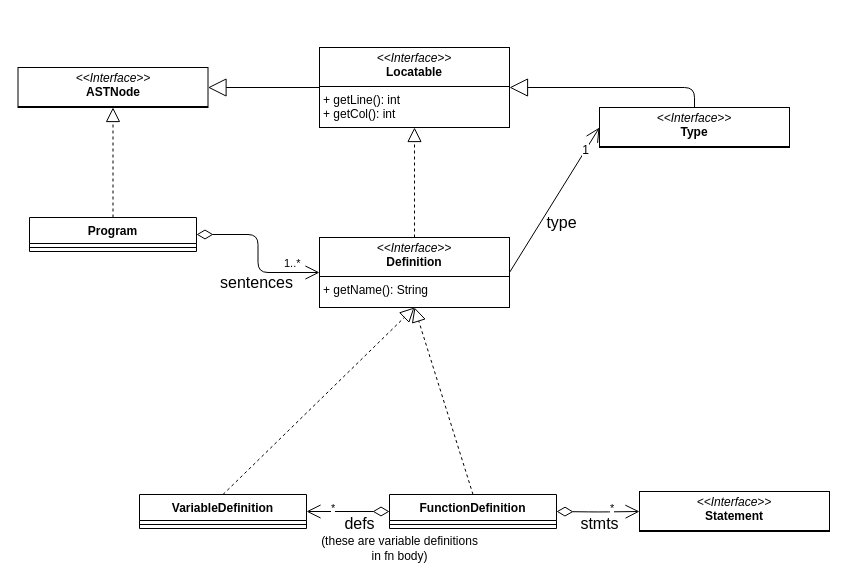
This is diagrams/program.drawio from Diegomcha/dlp-compiler, a draw.io file, before an edit. Source tidied: cells renumbered, new cells numbered last; positions are measured from the earlier drawing's top-left corner, leaving out a move shared by most shapes. Both pictures are drawn from the tidied source at 100%, with x=0, y=0 at pixel (17, 47).
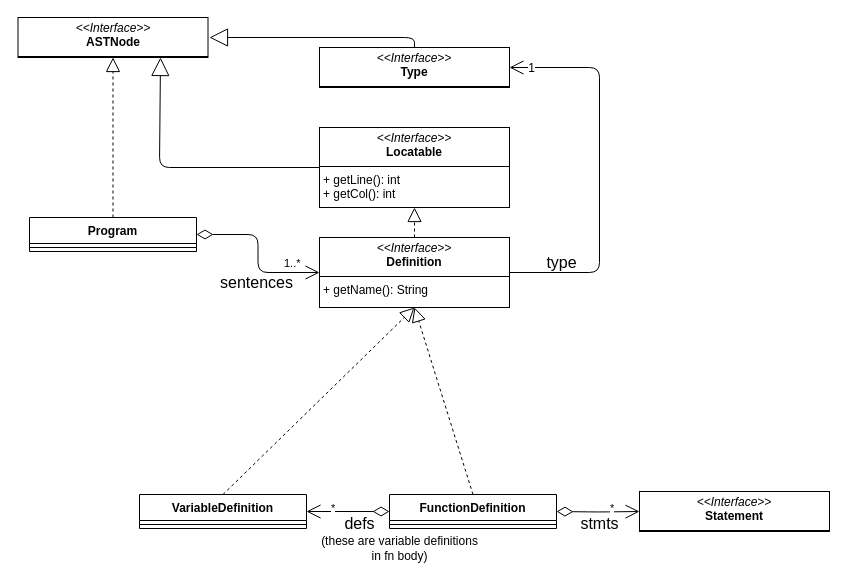
The same page after the edit.

Commit message:
fix(diagrams): fixed error with type in program

The change refers to these unchanged cells:
```xml
<mxCell id="2" value="&lt;p style=&quot;margin:0px;margin-top:4px;text-align:center;&quot;&gt;&lt;i&gt;&amp;lt;&amp;lt;Interface&amp;gt;&amp;gt;&lt;/i&gt;&lt;br&gt;&lt;b&gt;Definition&lt;/b&gt;&lt;/p&gt;&lt;hr size=&quot;1&quot; style=&quot;border-style:solid;&quot;&gt;&lt;p style=&quot;margin:0px;margin-left:4px;&quot;&gt;+ getName(): String&lt;/p&gt;" style="verticalAlign=top;align=left;overflow=fill;html=1;whiteSpace=wrap;" parent="1" vertex="1">
  <mxGeometry x="302" y="190" width="190" height="70" as="geometry" />
</mxCell>
```

What changed in the source:
```diff
@@
     <mxCell id="12" value="&lt;p style=&quot;margin:0px;margin-top:4px;text-align:center;&quot;&gt;&lt;i&gt;&amp;lt;&amp;lt;Interface&amp;gt;&amp;gt;&lt;/i&gt;&lt;br&gt;&lt;b&gt;ASTNode&lt;/b&gt;&lt;/p&gt;&lt;hr size=&quot;1&quot; style=&quot;border-style:solid;&quot;&gt;&lt;p style=&quot;margin:0px;margin-left:4px;&quot;&gt;&lt;br&gt;&lt;/p&gt;" style="verticalAlign=top;align=left;overflow=fill;html=1;whiteSpace=wrap;" parent="1" vertex="1">
-      <mxGeometry x="0.5" y="20" width="190" height="40" as="geometry" />
+      <mxGeometry x="0.5" y="-30" width="190" height="40" as="geometry" />
     </mxCell>
-    <mxCell id="13" style="endArrow=block;endSize=16;endFill=0;html=1;entryX=1;entryY=0.5;entryDx=0;entryDy=0;exitX=0;exitY=0.5;exitDx=0;exitDy=0;" parent="1" edge="1" source="14" target="12">
-      <mxGeometry relative="1" as="geometry" />
+    <mxCell id="13" style="endArrow=block;endSize=16;endFill=0;html=1;entryX=0.75;entryY=1;entryDx=0;entryDy=0;exitX=0;exitY=0.5;exitDx=0;exitDy=0;" parent="1" edge="1" source="14" target="12">
+      <mxGeometry relative="1" as="geometry">
+        <Array as="points">
+          <mxPoint x="142" y="120" />
+        </Array>
+      </mxGeometry>
     </mxCell>
     <mxCell id="14" value="&lt;p style=&quot;margin:0px;margin-top:4px;text-align:center;&quot;&gt;&lt;i&gt;&amp;lt;&amp;lt;Interface&amp;gt;&amp;gt;&lt;/i&gt;&lt;br&gt;&lt;b&gt;Locatable&lt;/b&gt;&lt;/p&gt;&lt;div&gt;&lt;hr size=&quot;1&quot; style=&quot;border-style:solid;&quot;&gt;&lt;p style=&quot;margin:0px;margin-left:4px;&quot;&gt;+ getLine(): int&lt;/p&gt;&lt;p style=&quot;margin:0px;margin-left:4px;&quot;&gt;+ getCol(): int&lt;/p&gt;&lt;/div&gt;" style="verticalAlign=top;align=left;overflow=fill;html=1;whiteSpace=wrap;" parent="1" vertex="1">
-      <mxGeometry x="302" width="190" height="80" as="geometry" />
+      <mxGeometry x="302" y="80" width="190" height="80" as="geometry" />
     </mxCell>
@@
     <mxCell id="17" value="&lt;p style=&quot;margin:0px;margin-top:4px;text-align:center;&quot;&gt;&lt;i&gt;&amp;lt;&amp;lt;Interface&amp;gt;&amp;gt;&lt;/i&gt;&lt;br&gt;&lt;b&gt;Type&lt;/b&gt;&lt;/p&gt;&lt;hr size=&quot;1&quot; style=&quot;border-style:solid;&quot;&gt;&lt;p style=&quot;margin:0px;margin-left:4px;&quot;&gt;&lt;br&gt;&lt;/p&gt;" style="verticalAlign=top;align=left;overflow=fill;html=1;whiteSpace=wrap;" parent="1" vertex="1">
-      <mxGeometry x="582" y="60" width="190" height="40" as="geometry" />
+      <mxGeometry x="302" width="190" height="40" as="geometry" />
     </mxCell>
-    <mxCell id="18" style="endArrow=block;endSize=16;endFill=0;html=1;entryX=1;entryY=0.5;entryDx=0;entryDy=0;exitX=0.5;exitY=0;exitDx=0;exitDy=0;" parent="1" edge="1" source="17" target="14">
+    <mxCell id="18" style="endArrow=block;endSize=16;endFill=0;html=1;exitX=0.5;exitY=0;exitDx=0;exitDy=0;" parent="1" edge="1" source="17">
       <mxGeometry relative="1" as="geometry">
+        <mxPoint x="192" y="-10" as="targetPoint" />
         <Array as="points">
-          <mxPoint x="677" y="40" />
+          <mxPoint x="397" y="-10" />
         </Array>
       </mxGeometry>
     </mxCell>
-    <mxCell id="19" style="endArrow=open;endFill=1;endSize=12;html=1;exitX=1;exitY=0.5;exitDx=0;exitDy=0;" parent="1" edge="1" source="2">
+    <mxCell id="19" style="endArrow=open;endFill=1;endSize=12;html=1;exitX=1;exitY=0.5;exitDx=0;exitDy=0;entryX=1;entryY=0.5;entryDx=0;entryDy=0;" parent="1" edge="1" source="2" target="17">
       <mxGeometry relative="1" as="geometry">
-        <mxPoint x="582" y="80" as="targetPoint" />
         <Array as="points">
-          <mxPoint x="582" y="80" />
+          <mxPoint x="582" y="225" />
+          <mxPoint x="582" y="20" />
         </Array>
       </mxGeometry>
     </mxCell>
     <mxCell id="20" value="1" style="edgeLabel;html=1;align=center;verticalAlign=middle;fontSize=12;" parent="19" vertex="1">
-      <mxGeometry x="0.69" relative="1" as="geometry" />
+      <mxGeometry x="0.69" relative="1" as="geometry">
+        <mxPoint x="-39" as="offset" />
+      </mxGeometry>
     </mxCell>
@@
     <mxCell id="26" value="type" style="text;html=1;align=center;verticalAlign=middle;strokeColor=none;fillColor=none;fontSize=16;" parent="1" vertex="1">
-      <mxGeometry x="519" y="160" width="50" height="30" as="geometry" />
+      <mxGeometry x="519" y="200" width="50" height="30" as="geometry" />
     </mxCell>
```
